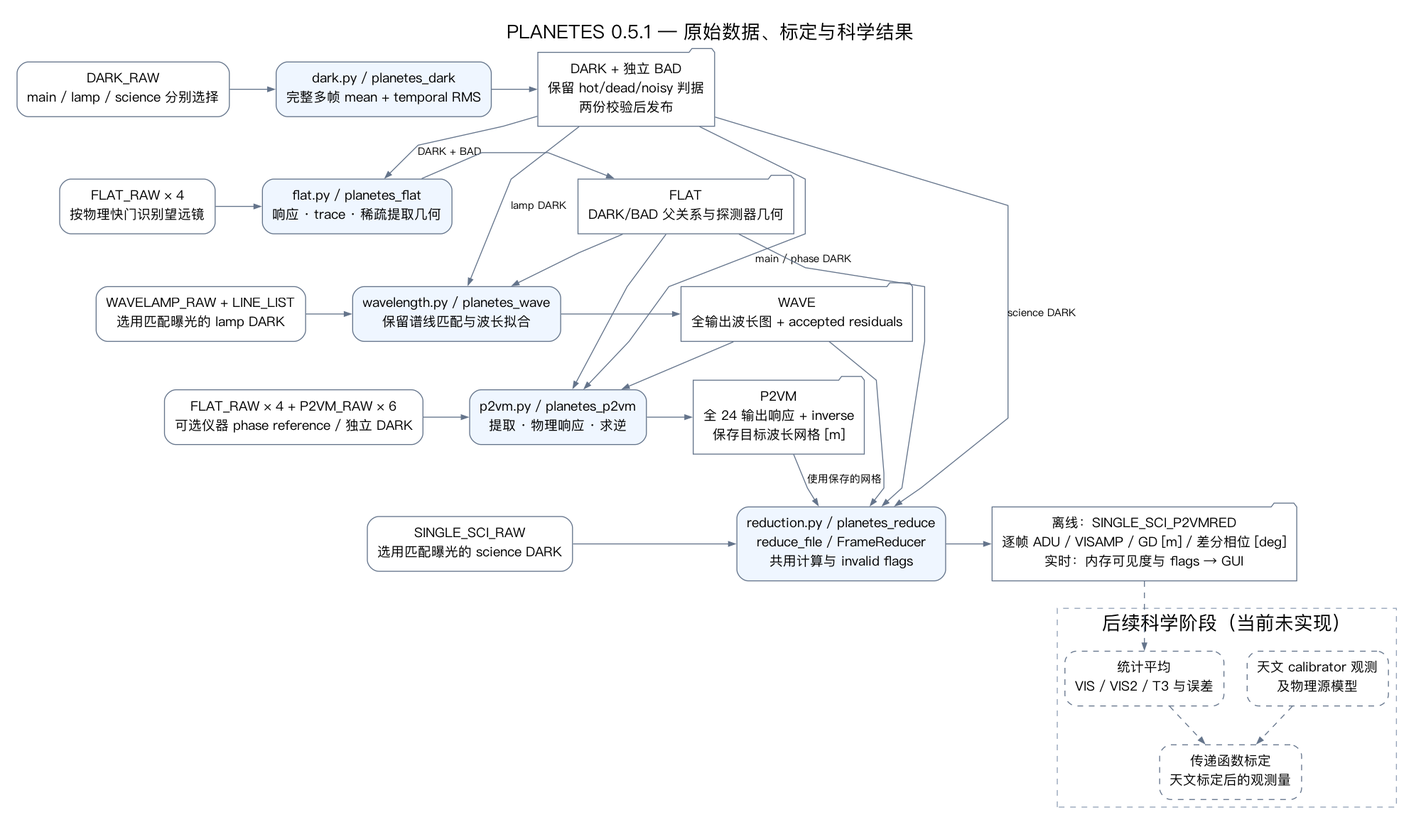
Earlier version of the Graphviz export docs/dataflow.png (zexwu/planetes_pipe). Its source is kept beside it as docs/dataflow.dot. Source of this version:
```dot
digraph Dataflow {
  graph [rankdir=TB, bgcolor="white", pad=0.25, nodesep=0.35, ranksep=0.55, splines=polyline, fontname="PingFang SC", fontsize=20, label="PLANETES 0.5.1 — 原始数据、标定与科学结果", labelloc=t];
  node [shape=box, style="rounded", fontname="PingFang SC", fontsize=14, color="#64748b", margin="0.15,0.12"];
  edge [fontname="PingFang SC", fontsize=11, color="#64748b", arrowsize=0.7];
  rawdark [label="DARK_RAW\nmain / lamp / science 分别选择"];
  dark [label="dark.py / planetes_dark\n完整多帧 mean + temporal RMS", style="rounded,filled", fillcolor="#eff6ff"];
  darkfits [label="DARK + 独立 BAD\n保留 hot/dead/noisy 判据\n两份校验后发布", shape=folder];
  rawflat [label="FLAT_RAW × 4\n按物理快门识别望远镜"];
  flat [label="flat.py / planetes_flat\n响应 · trace · 稀疏提取几何", style="rounded,filled", fillcolor="#eff6ff"];
  flatfits [label="FLAT\nDARK/BAD 父关系与探测器几何", shape=folder];
  rawwave [label="WAVELAMP_RAW + LINE_LIST\n选用匹配曝光的 lamp DARK"];
  wave [label="wavelength.py / planetes_wave\n保留谱线匹配与波长拟合", style="rounded,filled", fillcolor="#eff6ff"];
  wavefits [label="WAVE\n全输出波长图 + accepted residuals", shape=folder];
  rawp2vm [label="FLAT_RAW × 4 + P2VM_RAW × 6\n可选仪器 phase reference / 独立 DARK"];
  p2vm [label="p2vm.py / planetes_p2vm\n提取 · 物理响应 · 求逆", style="rounded,filled", fillcolor="#eff6ff"];
  p2vmfits [label="P2VM\n全 24 输出响应 + inverse\n保存目标波长网格 [m]", shape=folder];
  rawscience [label="SINGLE_SCI_RAW\n选用匹配曝光的 science DARK"];
  science [label="reduction.py / planetes_reduce\nreduce_file / FrameReducer\n共用计算与 invalid flags", style="rounded,filled", fillcolor="#eff6ff"];
  results [label="离线：SINGLE_SCI_P2VMRED\n逐帧 ADU / VISAMP / GD [m] / 差分相位 [deg]\n实时：内存可见度与 flags → GUI", shape=folder];
  {rank=same; rawdark; dark; darkfits;}
  {rank=same; rawflat; flat; flatfits;}
  {rank=same; rawwave; wave; wavefits;}
  {rank=same; rawp2vm; p2vm; p2vmfits;}
  {rank=same; rawscience; science; results;}
  rawdark -> dark -> darkfits;
  rawflat -> flat -> flatfits;
  rawwave -> wave -> wavefits;
  rawp2vm -> p2vm -> p2vmfits;
  rawscience -> science -> results;
  darkfits -> flat [label="DARK + BAD"];
  darkfits -> wave [label="lamp DARK"];
  darkfits -> p2vm [label="main / phase DARK"];
  darkfits -> science [label="science DARK"];
  flatfits -> wave;
  flatfits -> p2vm;
  flatfits -> science;
  wavefits -> p2vm;
  wavefits -> science;
  p2vmfits -> science [label="使用保存的网格"];
  subgraph cluster_future {
    label="后续科学阶段（当前未实现）"; style=dashed; color="#94a3b8";
    average [label="统计平均\nVIS / VIS2 / T3 与误差", style="rounded,dashed"];
    calibrator [label="天文 calibrator 观测\n及物理源模型", style="rounded,dashed"];
    calibrated [label="传递函数标定\n天文标定后的观测量", style="rounded,dashed"];
    average -> calibrated [style=dashed];
    calibrator -> calibrated [style=dashed];
  }
  results -> average [style=dashed];
  rawdark -> rawflat -> rawwave -> rawp2vm -> rawscience [style=invis];
  dark -> flat -> wave -> p2vm -> science [style=invis];
}
```
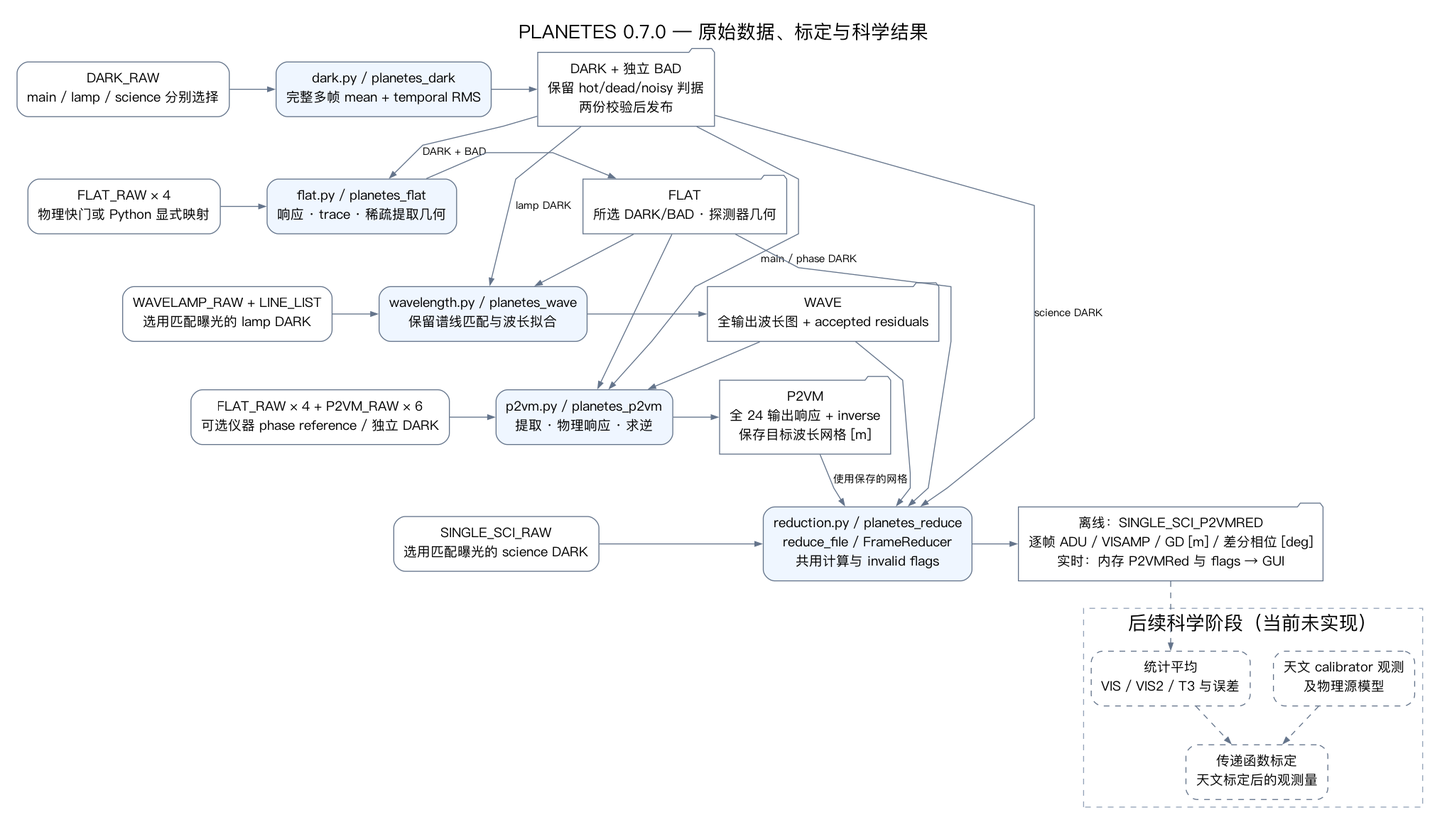
The same diagram one commit later.

What changed in the source:
```diff
@@ -1,13 +1,13 @@
 digraph Dataflow {
-  graph [rankdir=TB, bgcolor="white", pad=0.25, nodesep=0.35, ranksep=0.55, splines=polyline, fontname="PingFang SC", fontsize=20, label="PLANETES 0.5.1 — 原始数据、标定与科学结果", labelloc=t];
+  graph [rankdir=TB, bgcolor="white", pad=0.25, nodesep=0.35, ranksep=0.55, splines=polyline, fontname="PingFang SC", fontsize=20, label="PLANETES 0.7.0 — 原始数据、标定与科学结果", labelloc=t];
   node [shape=box, style="rounded", fontname="PingFang SC", fontsize=14, color="#64748b", margin="0.15,0.12"];
   edge [fontname="PingFang SC", fontsize=11, color="#64748b", arrowsize=0.7];
   rawdark [label="DARK_RAW\nmain / lamp / science 分别选择"];
   dark [label="dark.py / planetes_dark\n完整多帧 mean + temporal RMS", style="rounded,filled", fillcolor="#eff6ff"];
   darkfits [label="DARK + 独立 BAD\n保留 hot/dead/noisy 判据\n两份校验后发布", shape=folder];
-  rawflat [label="FLAT_RAW × 4\n按物理快门识别望远镜"];
+  rawflat [label="FLAT_RAW × 4\n物理快门或 Python 显式映射"];
   flat [label="flat.py / planetes_flat\n响应 · trace · 稀疏提取几何", style="rounded,filled", fillcolor="#eff6ff"];
-  flatfits [label="FLAT\nDARK/BAD 父关系与探测器几何", shape=folder];
+  flatfits [label="FLAT\n所选 DARK/BAD · 探测器几何", shape=folder];
   rawwave [label="WAVELAMP_RAW + LINE_LIST\n选用匹配曝光的 lamp DARK"];
   wave [label="wavelength.py / planetes_wave\n保留谱线匹配与波长拟合", style="rounded,filled", fillcolor="#eff6ff"];
   wavefits [label="WAVE\n全输出波长图 + accepted residuals", shape=folder];
@@ -16,7 +16,7 @@
   p2vmfits [label="P2VM\n全 24 输出响应 + inverse\n保存目标波长网格 [m]", shape=folder];
   rawscience [label="SINGLE_SCI_RAW\n选用匹配曝光的 science DARK"];
   science [label="reduction.py / planetes_reduce\nreduce_file / FrameReducer\n共用计算与 invalid flags", style="rounded,filled", fillcolor="#eff6ff"];
-  results [label="离线：SINGLE_SCI_P2VMRED\n逐帧 ADU / VISAMP / GD [m] / 差分相位 [deg]\n实时：内存可见度与 flags → GUI", shape=folder];
+  results [label="离线：SINGLE_SCI_P2VMRED\n逐帧 ADU / VISAMP / GD [m] / 差分相位 [deg]\n实时：内存 P2VMRed 与 flags → GUI", shape=folder];
   {rank=same; rawdark; dark; darkfits;}
   {rank=same; rawflat; flat; flatfits;}
   {rank=same; rawwave; wave; wavefits;}
```
